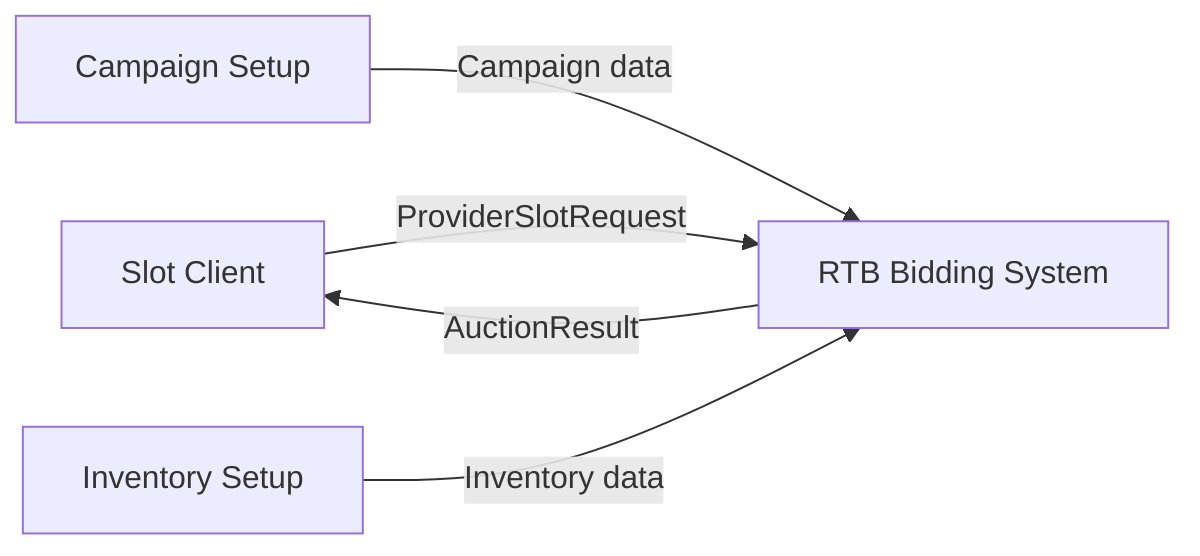
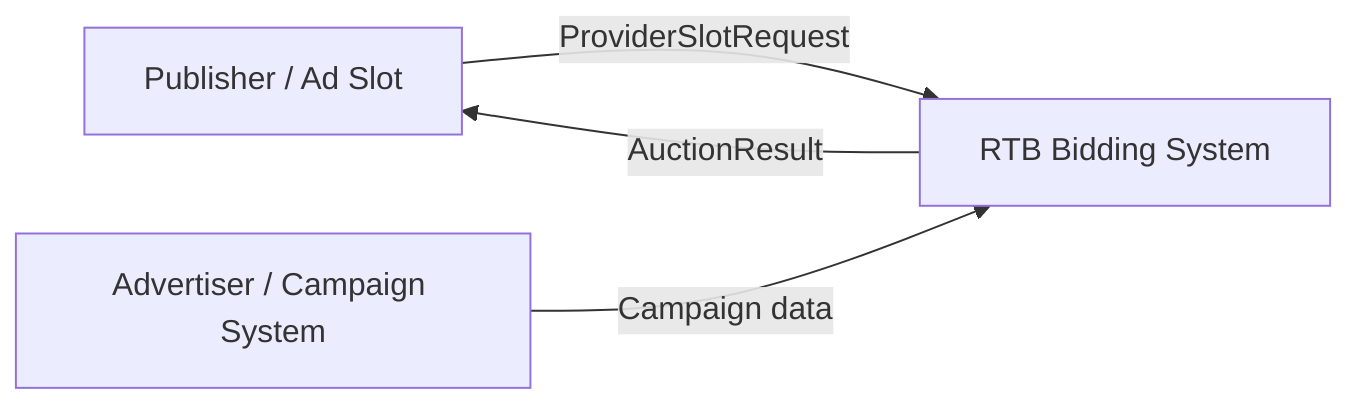
flowchart LR
-     publisher["Slot Client"]
-     advertiser["Campaign Setup"]
-     inventoryOwner["Inventory Setup"]
+     publisher["Publisher / Ad Slot"]
+     advertiser["Advertiser / Campaign System"]
    system["RTB Bidding System"]

    publisher -->|"ProviderSlotRequest"| system
    system -->|"AuctionResult"| publisher

    advertiser -->|"Campaign data"| system
-     inventoryOwner -->|"Inventory data"| system
